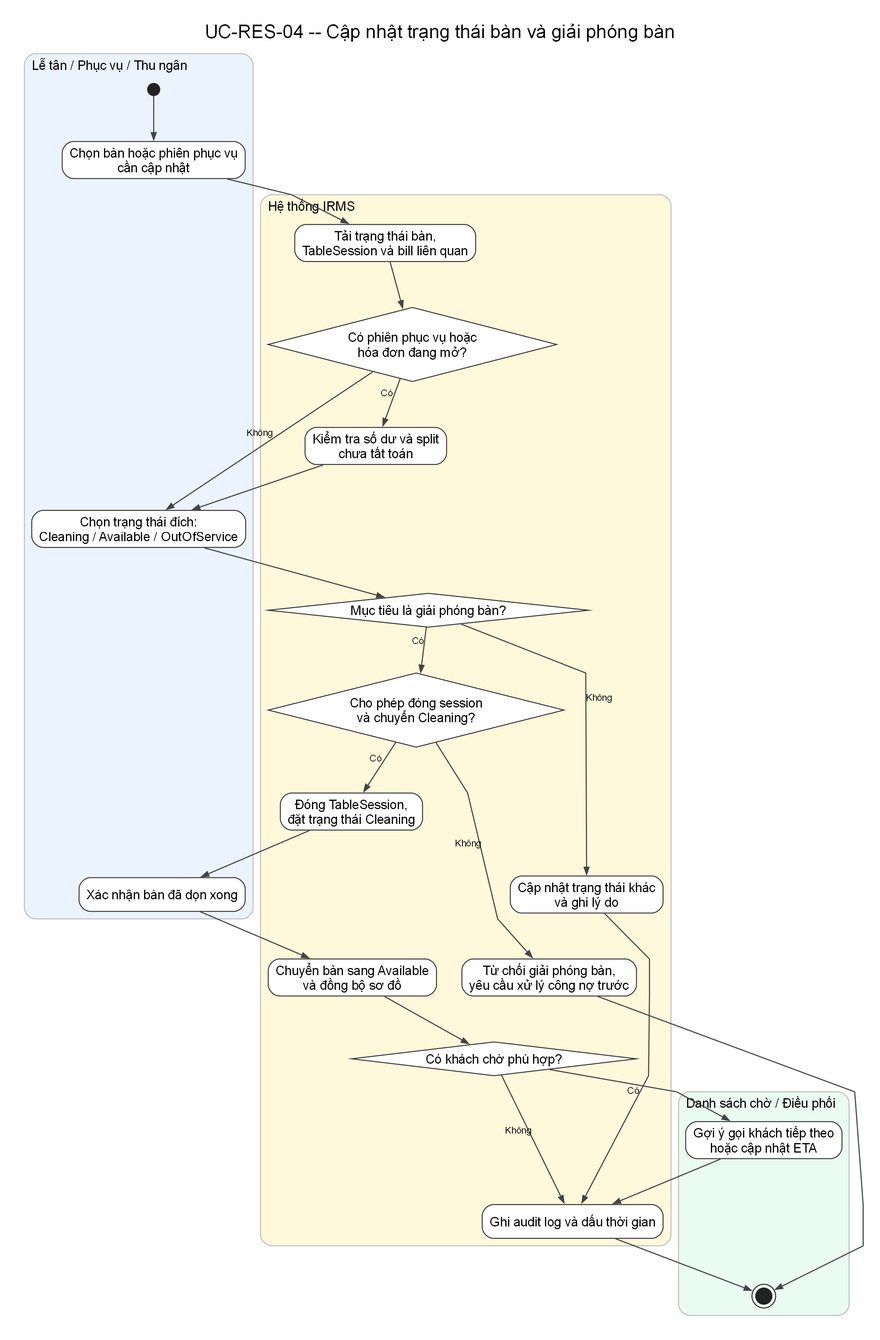
Earlier version of the Graphviz export assets/diagrams/rendered/activity/uc-res-04-update-table-status-and-release.png (lehoangluan1/SA_IRMS). Its source is kept beside it as assets/diagrams/source/activity/uc-res-04-update-table-status-and-release.dot. Source of this version:
```dot
digraph G {
  charset="UTF-8";
  graph [rankdir=TB, newrank=true, splines=polyline, nodesep=0.38, ranksep=0.68, pad=0.25, dpi=170, bgcolor="white", fontname="Arial"];
  node [fontname="Arial"];
  edge [fontname="Arial", fontsize=10, color="#444444", penwidth=1.15, arrowsize=0.75];
  labelloc="t"; labeljust="c"; fontsize=20; fontname="Arial"; label="UC-RES-04 -- Cập nhật trạng thái bàn và giải phóng bàn";

  subgraph cluster_l1 {
    style="rounded,filled"; fillcolor="#EAF3FF"; color="#BBBBBB"; penwidth=1.0;
    label="Lễ tân / Phục vụ / Thu ngân"; fontsize=14; labelloc="t"; labeljust="l";
    n0 [shape=circle, label="", width=0.18, height=0.18, fixedsize=true, style=filled, fillcolor="#222222", color="#222222"];
    n1 [label="Chọn bàn hoặc phiên phục vụ\ncần cập nhật", shape=rect, style="rounded,filled", fillcolor="white", color="#333333"];
    n5 [label="Chọn trạng thái đích:\nCleaning / Available / OutOfService", shape=rect, style="rounded,filled", fillcolor="white", color="#333333"];
    n12 [label="Xác nhận bàn đã dọn xong", shape=rect, style="rounded,filled", fillcolor="white", color="#333333"];
  }

  subgraph cluster_l2 {
    style="rounded,filled"; fillcolor="#FFF8DB"; color="#BBBBBB"; penwidth=1.0;
    label="Hệ thống IRMS"; fontsize=14; labelloc="t"; labeljust="l";
    n2 [label="Tải trạng thái bàn,\nTableSession và bill liên quan", shape=rect, style="rounded,filled", fillcolor="white", color="#333333"];
    n3 [label="Có phiên phục vụ hoặc\nhóa đơn đang mở?", shape=diamond, style="filled", fillcolor="white", color="#333333"];
    n4 [label="Kiểm tra số dư và split\nchưa tất toán", shape=rect, style="rounded,filled", fillcolor="white", color="#333333"];
    n6 [label="Mục tiêu là giải phóng bàn?", shape=diamond, style="filled", fillcolor="white", color="#333333"];
    n7 [label="Cho phép đóng session\nvà chuyển Cleaning?", shape=diamond, style="filled", fillcolor="white", color="#333333"];
    n8 [label="Từ chối giải phóng bàn,\nyêu cầu xử lý công nợ trước", shape=rect, style="rounded,filled", fillcolor="white", color="#333333"];
    n9 [label="Đóng TableSession,\nđặt trạng thái Cleaning", shape=rect, style="rounded,filled", fillcolor="white", color="#333333"];
    n10 [label="Cập nhật trạng thái khác\nvà ghi lý do", shape=rect, style="rounded,filled", fillcolor="white", color="#333333"];
    n13 [label="Chuyển bàn sang Available\nvà đồng bộ sơ đồ", shape=rect, style="rounded,filled", fillcolor="white", color="#333333"];
    n14 [label="Có khách chờ phù hợp?", shape=diamond, style="filled", fillcolor="white", color="#333333"];
    n15 [label="Ghi audit log và dấu thời gian", shape=rect, style="rounded,filled", fillcolor="white", color="#333333"];
  }

  subgraph cluster_l3 {
    style="rounded,filled"; fillcolor="#EAFBF1"; color="#BBBBBB"; penwidth=1.0;
    label="Danh sách chờ / Điều phối"; fontsize=14; labelloc="t"; labeljust="l";
    n16 [label="Gợi ý gọi khách tiếp theo\nhoặc cập nhật ETA", shape=rect, style="rounded,filled", fillcolor="white", color="#333333"];
    n17 [shape=doublecircle, label="", width=0.24, height=0.24, fixedsize=true, style=filled, fillcolor="#222222", color="#222222"];
  }

  n0 -> n1;
  n1 -> n2;
  n2 -> n3;
  n3 -> n4 [xlabel="Có"];
  n3 -> n5 [xlabel="Không"];
  n4 -> n5;
  n5 -> n6;
  n6 -> n7 [xlabel="Có"];
  n6 -> n10 [xlabel="Không"];
  n7 -> n9 [xlabel="Có"];
  n7 -> n8 [xlabel="Không"];
  n8 -> n17;
  n9 -> n12;
  n12 -> n13;
  n10 -> n15;
  n13 -> n14;
  n14 -> n16 [xlabel="Có"];
  n14 -> n15 [xlabel="Không"];
  n16 -> n15;
  n15 -> n17;
}
```
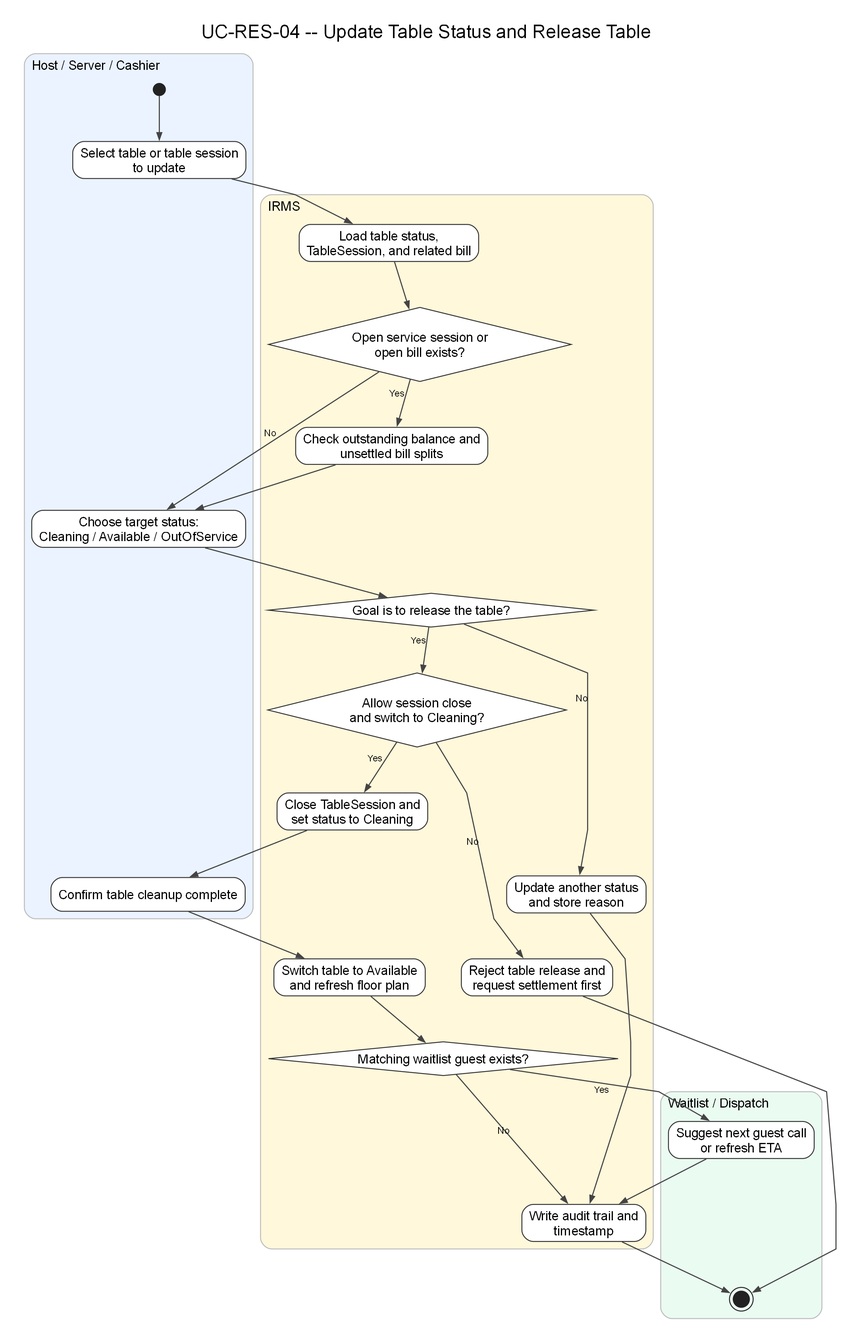
After the commit.

The edit, as a diff of the source:
```diff
@@ -3,58 +3,58 @@
   graph [rankdir=TB, newrank=true, splines=polyline, nodesep=0.38, ranksep=0.68, pad=0.25, dpi=170, bgcolor="white", fontname="Arial"];
   node [fontname="Arial"];
   edge [fontname="Arial", fontsize=10, color="#444444", penwidth=1.15, arrowsize=0.75];
-  labelloc="t"; labeljust="c"; fontsize=20; fontname="Arial"; label="UC-RES-04 -- Cập nhật trạng thái bàn và giải phóng bàn";
+  labelloc="t"; labeljust="c"; fontsize=20; fontname="Arial"; label="UC-RES-04 -- Update Table Status and Release Table";
 
   subgraph cluster_l1 {
     style="rounded,filled"; fillcolor="#EAF3FF"; color="#BBBBBB"; penwidth=1.0;
-    label="Lễ tân / Phục vụ / Thu ngân"; fontsize=14; labelloc="t"; labeljust="l";
+    label="Host / Server / Cashier"; fontsize=14; labelloc="t"; labeljust="l";
     n0 [shape=circle, label="", width=0.18, height=0.18, fixedsize=true, style=filled, fillcolor="#222222", color="#222222"];
-    n1 [label="Chọn bàn hoặc phiên phục vụ\ncần cập nhật", shape=rect, style="rounded,filled", fillcolor="white", color="#333333"];
-    n5 [label="Chọn trạng thái đích:\nCleaning / Available / OutOfService", shape=rect, style="rounded,filled", fillcolor="white", color="#333333"];
-    n12 [label="Xác nhận bàn đã dọn xong", shape=rect, style="rounded,filled", fillcolor="white", color="#333333"];
+    n1 [label="Select table or table session\nto update", shape=rect, style="rounded,filled", fillcolor="white", color="#333333"];
+    n5 [label="Choose target status:\nCleaning / Available / OutOfService", shape=rect, style="rounded,filled", fillcolor="white", color="#333333"];
+    n12 [label="Confirm table cleanup complete", shape=rect, style="rounded,filled", fillcolor="white", color="#333333"];
   }
 
   subgraph cluster_l2 {
     style="rounded,filled"; fillcolor="#FFF8DB"; color="#BBBBBB"; penwidth=1.0;
-    label="Hệ thống IRMS"; fontsize=14; labelloc="t"; labeljust="l";
-    n2 [label="Tải trạng thái bàn,\nTableSession và bill liên quan", shape=rect, style="rounded,filled", fillcolor="white", color="#333333"];
-    n3 [label="Có phiên phục vụ hoặc\nhóa đơn đang mở?", shape=diamond, style="filled", fillcolor="white", color="#333333"];
-    n4 [label="Kiểm tra số dư và split\nchưa tất toán", shape=rect, style="rounded,filled", fillcolor="white", color="#333333"];
-    n6 [label="Mục tiêu là giải phóng bàn?", shape=diamond, style="filled", fillcolor="white", color="#333333"];
-    n7 [label="Cho phép đóng session\nvà chuyển Cleaning?", shape=diamond, style="filled", fillcolor="white", color="#333333"];
-    n8 [label="Từ chối giải phóng bàn,\nyêu cầu xử lý công nợ trước", shape=rect, style="rounded,filled", fillcolor="white", color="#333333"];
-    n9 [label="Đóng TableSession,\nđặt trạng thái Cleaning", shape=rect, style="rounded,filled", fillcolor="white", color="#333333"];
-    n10 [label="Cập nhật trạng thái khác\nvà ghi lý do", shape=rect, style="rounded,filled", fillcolor="white", color="#333333"];
-    n13 [label="Chuyển bàn sang Available\nvà đồng bộ sơ đồ", shape=rect, style="rounded,filled", fillcolor="white", color="#333333"];
-    n14 [label="Có khách chờ phù hợp?", shape=diamond, style="filled", fillcolor="white", color="#333333"];
-    n15 [label="Ghi audit log và dấu thời gian", shape=rect, style="rounded,filled", fillcolor="white", color="#333333"];
+    label="IRMS"; fontsize=14; labelloc="t"; labeljust="l";
+    n2 [label="Load table status,\nTableSession, and related bill", shape=rect, style="rounded,filled", fillcolor="white", color="#333333"];
+    n3 [label="Open service session or\nopen bill exists?", shape=diamond, style="filled", fillcolor="white", color="#333333"];
+    n4 [label="Check outstanding balance and\nunsettled bill splits", shape=rect, style="rounded,filled", fillcolor="white", color="#333333"];
+    n6 [label="Goal is to release the table?", shape=diamond, style="filled", fillcolor="white", color="#333333"];
+    n7 [label="Allow session close\nand switch to Cleaning?", shape=diamond, style="filled", fillcolor="white", color="#333333"];
+    n8 [label="Reject table release and\nrequest settlement first", shape=rect, style="rounded,filled", fillcolor="white", color="#333333"];
+    n9 [label="Close TableSession and\nset status to Cleaning", shape=rect, style="rounded,filled", fillcolor="white", color="#333333"];
+    n10 [label="Update another status\nand store reason", shape=rect, style="rounded,filled", fillcolor="white", color="#333333"];
+    n13 [label="Switch table to Available\nand refresh floor plan", shape=rect, style="rounded,filled", fillcolor="white", color="#333333"];
+    n14 [label="Matching waitlist guest exists?", shape=diamond, style="filled", fillcolor="white", color="#333333"];
+    n15 [label="Write audit trail and\ntimestamp", shape=rect, style="rounded,filled", fillcolor="white", color="#333333"];
   }
 
   subgraph cluster_l3 {
     style="rounded,filled"; fillcolor="#EAFBF1"; color="#BBBBBB"; penwidth=1.0;
-    label="Danh sách chờ / Điều phối"; fontsize=14; labelloc="t"; labeljust="l";
-    n16 [label="Gợi ý gọi khách tiếp theo\nhoặc cập nhật ETA", shape=rect, style="rounded,filled", fillcolor="white", color="#333333"];
+    label="Waitlist / Dispatch"; fontsize=14; labelloc="t"; labeljust="l";
+    n16 [label="Suggest next guest call\nor refresh ETA", shape=rect, style="rounded,filled", fillcolor="white", color="#333333"];
     n17 [shape=doublecircle, label="", width=0.24, height=0.24, fixedsize=true, style=filled, fillcolor="#222222", color="#222222"];
   }
 
   n0 -> n1;
   n1 -> n2;
   n2 -> n3;
-  n3 -> n4 [xlabel="Có"];
-  n3 -> n5 [xlabel="Không"];
+  n3 -> n4 [xlabel="Yes"];
+  n3 -> n5 [xlabel="No"];
   n4 -> n5;
   n5 -> n6;
-  n6 -> n7 [xlabel="Có"];
-  n6 -> n10 [xlabel="Không"];
-  n7 -> n9 [xlabel="Có"];
-  n7 -> n8 [xlabel="Không"];
+  n6 -> n7 [xlabel="Yes"];
+  n6 -> n10 [xlabel="No"];
+  n7 -> n9 [xlabel="Yes"];
+  n7 -> n8 [xlabel="No"];
   n8 -> n17;
   n9 -> n12;
   n12 -> n13;
   n10 -> n15;
   n13 -> n14;
-  n14 -> n16 [xlabel="Có"];
-  n14 -> n15 [xlabel="Không"];
+  n14 -> n16 [xlabel="Yes"];
+  n14 -> n15 [xlabel="No"];
   n16 -> n15;
   n15 -> n17;
 }
```
